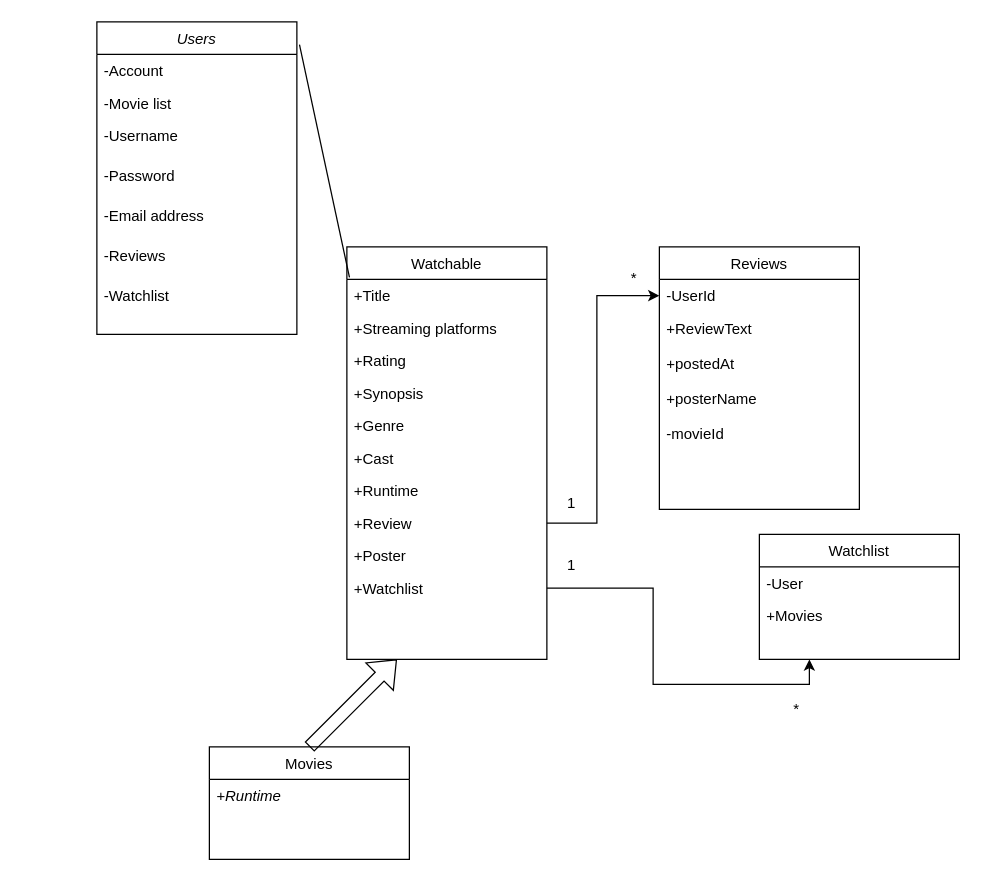
Before: Untitled Diagram.drawio in 307ScreenSquad/CSC307-ScreenSquad, a draw.io diagram. Source tidied: cells renumbered, new cells numbered last; positions are measured from the earlier drawing's top-left corner, leaving out a move shared by most shapes. Both pictures are drawn from the tidied source at 125%, with x=0, y=0 at pixel (96, 21).
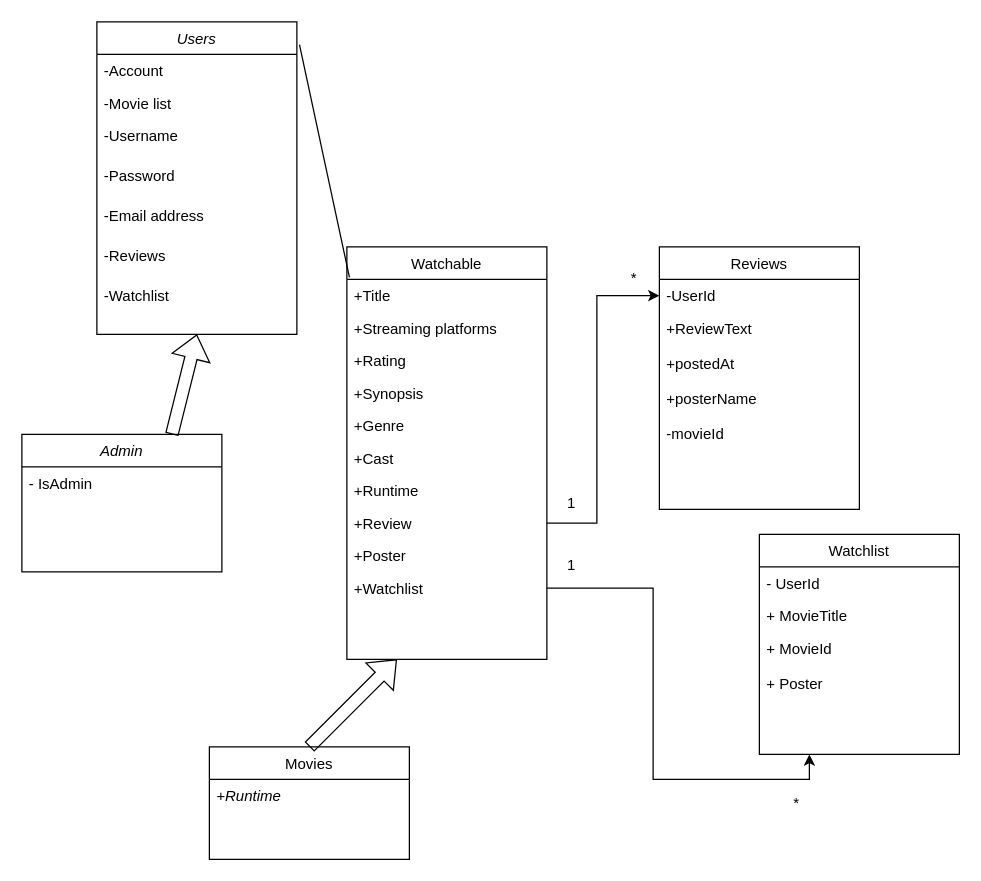
The same diagram, later.

Unchanged cells that the change refers to:
```xml
<mxCell id="2" value="Users" style="swimlane;fontStyle=2;align=center;verticalAlign=top;horizontal=1;startSize=26;rounded=0;shadow=0;strokeWidth=1;" parent="1" vertex="1">
  <mxGeometry width="160" height="250" as="geometry" />
</mxCell>
```

Change to the diagram source:
```diff
@@
     <mxCell id="31" value="Watchlist" style="swimlane;fontStyle=0;align=center;verticalAlign=top;horizontal=1;startSize=26;rounded=0;shadow=0;strokeWidth=1;" parent="1" vertex="1">
-      <mxGeometry x="530" y="410" width="160" height="100" as="geometry" />
+      <mxGeometry x="530" y="410" width="160" height="176" as="geometry" />
     </mxCell>
-    <mxCell id="32" value="-User" style="text;align=left;verticalAlign=top;spacingLeft=4;spacingRight=4;overflow=hidden;" parent="31" vertex="1">
+    <mxCell id="32" value="- UserId" style="text;align=left;verticalAlign=top;spacingLeft=4;spacingRight=4;overflow=hidden;" parent="31" vertex="1">
       <mxGeometry y="26" width="160" height="26" as="geometry" />
     </mxCell>
+    <mxCell id="37" value="+ MovieTitle" style="text;align=left;verticalAlign=top;spacingLeft=4;spacingRight=4;overflow=hidden;" parent="31" vertex="1">
+      <mxGeometry y="52" width="160" height="26" as="geometry" />
+    </mxCell>
-    <mxCell id="33" value="+Movies" style="text;align=left;verticalAlign=top;spacingLeft=4;spacingRight=4;overflow=hidden;" parent="31" vertex="1">
-      <mxGeometry y="52" width="160" height="38" as="geometry" />
+    <mxCell id="33" value="+ MovieId&#10;&#10;+ Poster&#10;&#10;" style="text;align=left;verticalAlign=top;spacingLeft=4;spacingRight=4;overflow=hidden;" parent="31" vertex="1">
+      <mxGeometry y="78" width="160" height="98" as="geometry" />
     </mxCell>
     <mxCell id="34" value="*" style="text;html=1;strokeColor=none;fillColor=none;align=center;verticalAlign=middle;whiteSpace=wrap;rounded=0;" parent="1" vertex="1">
-      <mxGeometry x="530" y="535" width="60" height="30" as="geometry" />
+      <mxGeometry x="530" y="610" width="60" height="30" as="geometry" />
     </mxCell>
@@
+    <mxCell id="38" value="Admin" style="swimlane;fontStyle=2;align=center;verticalAlign=top;horizontal=1;startSize=26;rounded=0;shadow=0;strokeWidth=1;" parent="1" vertex="1">
+      <mxGeometry x="-60" y="330" width="160" height="110" as="geometry" />
+    </mxCell>
+    <mxCell id="39" value="- IsAdmin" style="text;align=left;verticalAlign=top;spacingLeft=4;spacingRight=4;overflow=hidden;" parent="38" vertex="1">
+      <mxGeometry y="26" width="160" height="26" as="geometry" />
+    </mxCell>
+    <mxCell id="40" style="shape=flexArrow;endArrow=classic;html=1;rounded=0;entryX=0.5;entryY=1;entryDx=0;entryDy=0;exitX=0.75;exitY=0;exitDx=0;exitDy=0;" parent="1" edge="1" source="38" target="2">
+      <mxGeometry relative="1" as="geometry" />
+    </mxCell>
```
